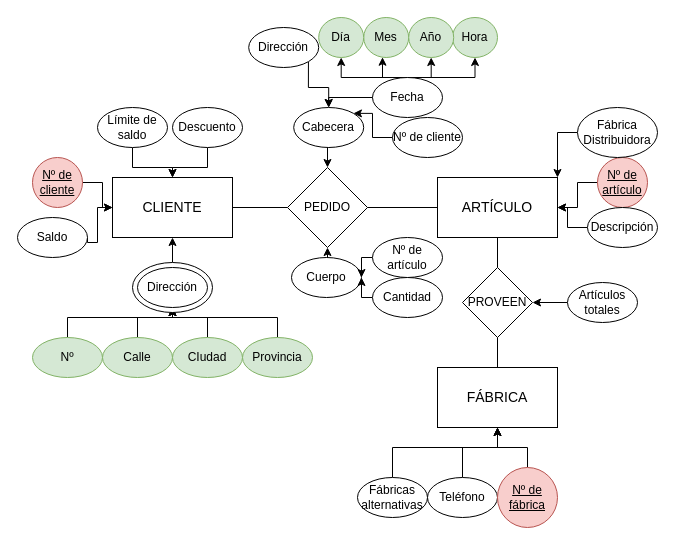
Before: Unidad-2/Tareas/Tarea 3/images/Tarea 3.drawio in IsaiasTolP/Base-Datos, a draw.io diagram. Source tidied: cells renumbered, new cells numbered last; positions are measured from the earlier drawing's top-left corner, leaving out a move shared by most shapes. Both pictures are drawn from the tidied source at 100%, with x=0, y=0 at pixel (17, 17).
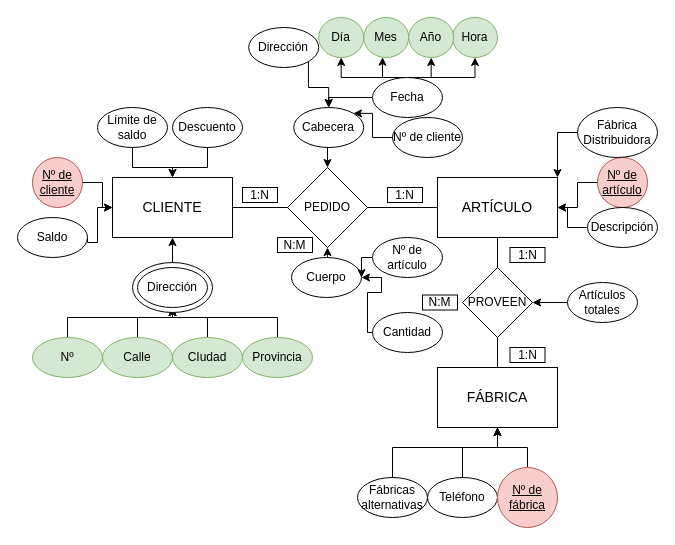
After the change.

Commit message:
Actualizar Tarea 3 Terminada.drawio

Unchanged cells that the change refers to:
```xml
<mxCell id="46" value="Cuerpo" style="ellipse;whiteSpace=wrap;html=1;" parent="1" vertex="1">
  <mxGeometry x="274" y="240" width="70" height="40" as="geometry" />
</mxCell>
```

The edit, as a diff of the source:
```diff
@@
     <mxCell id="64" style="edgeStyle=orthogonalEdgeStyle;rounded=0;jettySize=auto;html=1;exitX=0;exitY=0.5;exitDx=0;exitDy=0;entryX=1;entryY=0.5;entryDx=0;entryDy=0;" parent="1" edge="1" source="65" target="46">
-      <mxGeometry relative="1" as="geometry" />
+      <mxGeometry relative="1" as="geometry">
+        <Array as="points">
+          <mxPoint x="350" y="315" />
+          <mxPoint x="350" y="275" />
+          <mxPoint x="364" y="275" />
+          <mxPoint x="364" y="260" />
+        </Array>
+      </mxGeometry>
     </mxCell>
     <mxCell id="65" value="Cantidad" style="ellipse;whiteSpace=wrap;html=1;" parent="1" vertex="1">
-      <mxGeometry x="355" y="260" width="70" height="40" as="geometry" />
+      <mxGeometry x="355" y="295" width="70" height="40" as="geometry" />
     </mxCell>
+    <mxCell id="66" value="1:N" style="rounded=0;whiteSpace=wrap;html=1;" parent="1" vertex="1">
+      <mxGeometry x="370" y="170" width="35" height="15" as="geometry" />
+    </mxCell>
+    <mxCell id="67" value="1:N" style="rounded=0;whiteSpace=wrap;html=1;" parent="1" vertex="1">
+      <mxGeometry x="225" y="170" width="35" height="15" as="geometry" />
+    </mxCell>
+    <mxCell id="68" value="1:N" style="rounded=0;whiteSpace=wrap;html=1;" parent="1" vertex="1">
+      <mxGeometry x="492.5" y="230" width="35" height="15" as="geometry" />
+    </mxCell>
+    <mxCell id="69" value="1:N" style="rounded=0;whiteSpace=wrap;html=1;" parent="1" vertex="1">
+      <mxGeometry x="492.5" y="330" width="35" height="15" as="geometry" />
+    </mxCell>
+    <mxCell id="70" value="N:M" style="rounded=0;whiteSpace=wrap;html=1;" parent="1" vertex="1">
+      <mxGeometry x="405" y="277.5" width="35" height="15" as="geometry" />
+    </mxCell>
+    <mxCell id="71" value="N:M" style="rounded=0;whiteSpace=wrap;html=1;" parent="1" vertex="1">
+      <mxGeometry x="260" y="220" width="35" height="15" as="geometry" />
+    </mxCell>
```
